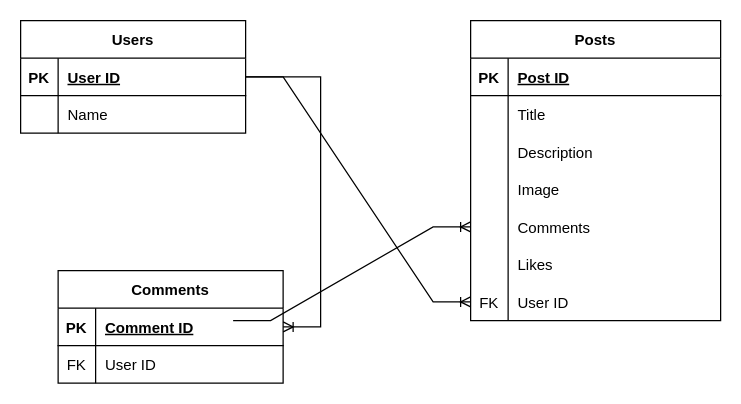
This is Blogging Application.drawio from yanley/testsite, a draw.io file, before an edit. Source tidied: cells renumbered, new cells numbered last; positions are measured from the earlier drawing's top-left corner, leaving out a move shared by most shapes. Both pictures are drawn from the tidied source at 125%, with x=0, y=0 at pixel (20, 20).
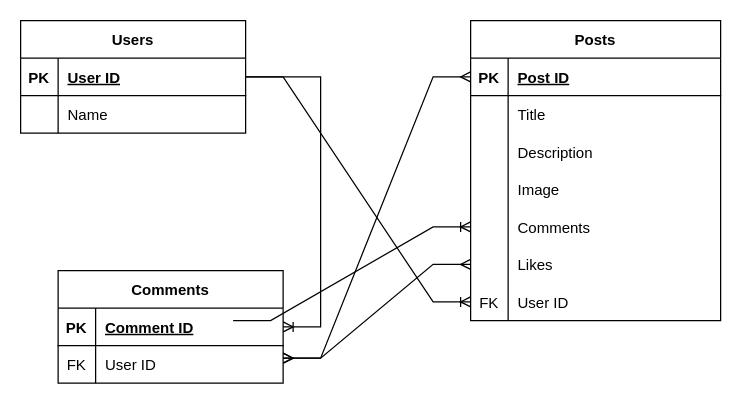
After the change.

Unchanged cells that the change refers to:
```xml
<mxCell id="10" style="shape=tableRow;horizontal=0;startSize=0;swimlaneHead=0;swimlaneBody=0;fillColor=none;points=[[0,0.5],[1,0.5]];portConstraint=eastwest;top=0;left=0;right=0;bottom=1;" parent="9" vertex="1">
  <mxGeometry y="30" width="200" height="30" as="geometry" />
</mxCell>
<mxCell id="25" style="shape=tableRow;horizontal=0;startSize=0;swimlaneHead=0;swimlaneBody=0;fillColor=none;points=[[0,0.5],[1,0.5]];portConstraint=eastwest;top=0;left=0;right=0;bottom=0;" parent="9" vertex="1">
  <mxGeometry y="180" width="200" height="30" as="geometry" />
</mxCell>
```

The edit, as a diff of the source:
```diff
@@
+    <mxCell id="41" style="edgeStyle=entityRelationEdgeStyle;fontSize=12;html=1;endArrow=ERmany;startArrow=ERmany;rounded=0;" parent="1" edge="1" target="25">
+      <mxGeometry relative="1" as="geometry">
+        <mxPoint x="210" y="270" as="sourcePoint" />
+      </mxGeometry>
+    </mxCell>
+    <mxCell id="42" style="edgeStyle=entityRelationEdgeStyle;fontSize=12;html=1;endArrow=ERmany;startArrow=ERmany;rounded=0;entryX=0;entryY=0.5;entryDx=0;entryDy=0;" parent="1" edge="1" target="10">
+      <mxGeometry relative="1" as="geometry">
+        <mxPoint x="210" y="270" as="sourcePoint" />
+      </mxGeometry>
+    </mxCell>
```
